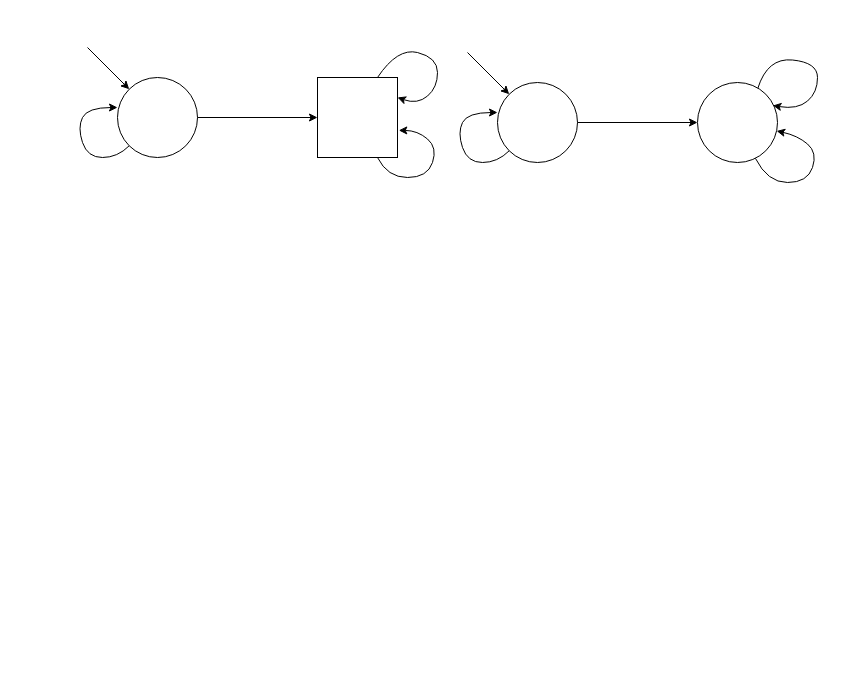
This is afterhierarchique.drawio from jpgros/site-web, a draw.io file, before an edit. Source tidied: cells renumbered, new cells numbered last; positions are measured from the earlier drawing's top-left corner, leaving out a move shared by most shapes. Both pictures are drawn from the tidied source at 100%, with x=0, y=0 at pixel (77, 47).
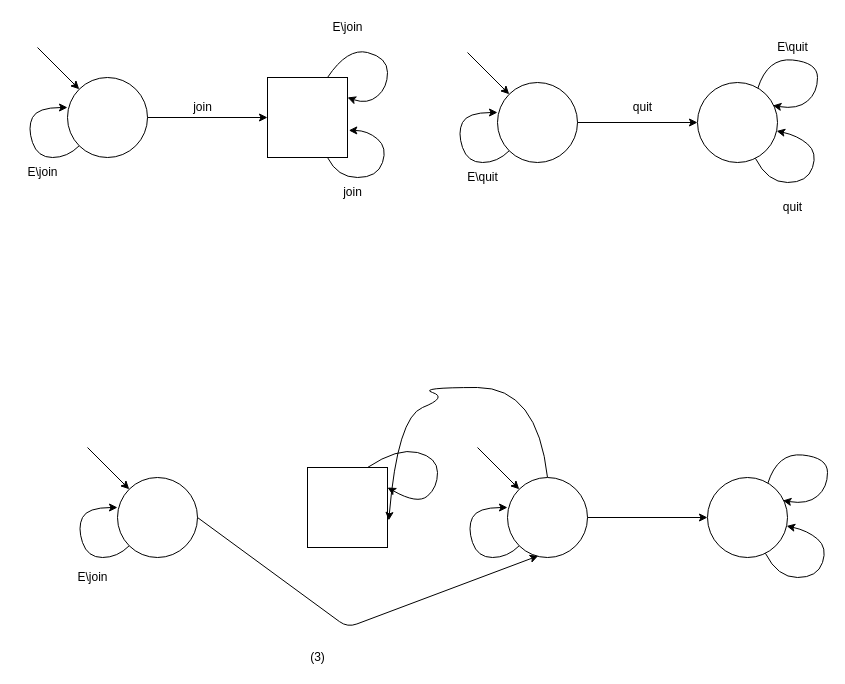
The same page after the edit.

The edit, as a diff of the source:
```diff
@@
     <mxCell id="2" style="curved=1;endArrow=classic;html=1;entryX=0;entryY=0.375;entryDx=0;entryDy=0;exitX=0;exitY=1;exitDx=0;exitDy=0;entryPerimeter=0;" parent="1" edge="1" source="3" target="3">
       <mxGeometry relative="1" as="geometry">
         <Array as="points">
-          <mxPoint x="40" y="110" />
-          <mxPoint x="10" y="110" />
-          <mxPoint y="80" />
-          <mxPoint x="10" y="60" />
+          <mxPoint x="-10" y="110" />
+          <mxPoint x="-40" y="110" />
+          <mxPoint x="-50" y="80" />
+          <mxPoint x="-40" y="60" />
         </Array>
       </mxGeometry>
     </mxCell>
     <mxCell id="3" style="ellipse;whiteSpace=wrap;html=1;" parent="1" vertex="1">
-      <mxGeometry x="40" y="30" width="80" height="80" as="geometry" />
+      <mxGeometry x="-10" y="30" width="80" height="80" as="geometry" />
     </mxCell>
     <mxCell id="4" style="endArrow=classic;html=1;entryX=0;entryY=0;entryDx=0;entryDy=0;" parent="1" edge="1" target="3">
       <mxGeometry relative="1" as="geometry">
-        <mxPoint x="10" as="sourcePoint" />
+        <mxPoint x="-40" as="sourcePoint" />
       </mxGeometry>
     </mxCell>
     <mxCell id="5" style="whiteSpace=wrap;html=1;" parent="1" vertex="1">
-      <mxGeometry x="240" y="30" width="80" height="80" as="geometry" />
+      <mxGeometry x="190" y="30" width="80" height="80" as="geometry" />
     </mxCell>
@@
     <mxCell id="7" style="curved=1;endArrow=classic;html=1;exitX=0.75;exitY=1;exitDx=0;exitDy=0;entryX=1.016;entryY=0.661;entryDx=0;entryDy=0;entryPerimeter=0;" parent="1" edge="1" source="5" target="5">
       <mxGeometry relative="1" as="geometry">
         <Array as="points">
-          <mxPoint x="310" y="130" />
-          <mxPoint x="350" y="130" />
-          <mxPoint x="360" y="100" />
-          <mxPoint x="340" y="83" />
+          <mxPoint x="260" y="130" />
+          <mxPoint x="300" y="130" />
+          <mxPoint x="310" y="100" />
+          <mxPoint x="290" y="83" />
         </Array>
       </mxGeometry>
     </mxCell>
     <mxCell id="8" style="curved=1;endArrow=classic;html=1;exitX=0.75;exitY=0;exitDx=0;exitDy=0;entryX=1;entryY=0.25;entryDx=0;entryDy=0;" parent="1" edge="1" source="5" target="5">
       <mxGeometry relative="1" as="geometry">
         <Array as="points">
-          <mxPoint x="320" />
-          <mxPoint x="360" y="10" />
-          <mxPoint x="360" y="40" />
-          <mxPoint x="340" y="57.1" />
+          <mxPoint x="270" />
+          <mxPoint x="310" y="10" />
+          <mxPoint x="310" y="40" />
+          <mxPoint x="290" y="57.1" />
         </Array>
       </mxGeometry>
     </mxCell>
@@
+    <mxCell id="16" style="curved=1;endArrow=classic;html=1;entryX=0;entryY=0.375;entryDx=0;entryDy=0;exitX=0;exitY=1;exitDx=0;exitDy=0;entryPerimeter=0;" parent="1" edge="1" source="17" target="17">
+      <mxGeometry relative="1" as="geometry">
+        <Array as="points">
+          <mxPoint x="40" y="510" />
+          <mxPoint x="10" y="510" />
+          <mxPoint y="480" />
+          <mxPoint x="10" y="460" />
+        </Array>
+      </mxGeometry>
+    </mxCell>
+    <mxCell id="17" style="ellipse;whiteSpace=wrap;html=1;" parent="1" vertex="1">
+      <mxGeometry x="40" y="430" width="80" height="80" as="geometry" />
+    </mxCell>
+    <mxCell id="18" style="endArrow=classic;html=1;entryX=0;entryY=0;entryDx=0;entryDy=0;" parent="1" edge="1" target="17">
+      <mxGeometry relative="1" as="geometry">
+        <mxPoint x="10" y="400" as="sourcePoint" />
+      </mxGeometry>
+    </mxCell>
+    <mxCell id="19" style="whiteSpace=wrap;html=1;" parent="1" vertex="1">
+      <mxGeometry x="230" y="420" width="80" height="80" as="geometry" />
+    </mxCell>
+    <mxCell id="20" style="endArrow=classic;html=1;entryX=0.385;entryY=0.979;entryDx=0;entryDy=0;exitX=1;exitY=0.5;exitDx=0;exitDy=0;entryPerimeter=0;" parent="1" edge="1" source="17" target="24">
+      <mxGeometry relative="1" as="geometry">
+        <Array as="points">
+          <mxPoint x="270" y="580" />
+        </Array>
+      </mxGeometry>
+    </mxCell>
+    <mxCell id="21" style="curved=1;endArrow=classic;html=1;entryX=1.016;entryY=0.661;entryDx=0;entryDy=0;entryPerimeter=0;exitX=0.5;exitY=0;exitDx=0;exitDy=0;" parent="1" edge="1" source="24" target="19">
+      <mxGeometry relative="1" as="geometry">
+        <Array as="points">
+          <mxPoint x="460" y="340" />
+          <mxPoint x="340" y="340" />
+          <mxPoint x="370" y="350" />
+          <mxPoint x="320" y="370" />
+        </Array>
+      </mxGeometry>
+    </mxCell>
+    <mxCell id="22" style="curved=1;endArrow=classic;html=1;exitX=0.75;exitY=0;exitDx=0;exitDy=0;entryX=1;entryY=0.25;entryDx=0;entryDy=0;" parent="1" edge="1" source="19" target="19">
+      <mxGeometry relative="1" as="geometry">
+        <Array as="points">
+          <mxPoint x="320" y="400" />
+          <mxPoint x="360" y="410" />
+          <mxPoint x="360" y="440" />
+          <mxPoint x="340" y="457.1" />
+        </Array>
+      </mxGeometry>
+    </mxCell>
+    <mxCell id="23" style="curved=1;endArrow=classic;html=1;entryX=0;entryY=0.375;entryDx=0;entryDy=0;exitX=0;exitY=1;exitDx=0;exitDy=0;entryPerimeter=0;" parent="1" edge="1" source="24" target="24">
+      <mxGeometry relative="1" as="geometry">
+        <Array as="points">
+          <mxPoint x="430" y="510" />
+          <mxPoint x="400" y="510" />
+          <mxPoint x="390" y="480" />
+          <mxPoint x="400" y="460" />
+        </Array>
+      </mxGeometry>
+    </mxCell>
+    <mxCell id="24" style="ellipse;whiteSpace=wrap;html=1;" parent="1" vertex="1">
+      <mxGeometry x="430" y="430" width="80" height="80" as="geometry" />
+    </mxCell>
+    <mxCell id="25" style="endArrow=classic;html=1;entryX=0;entryY=0;entryDx=0;entryDy=0;" parent="1" edge="1" target="24">
+      <mxGeometry relative="1" as="geometry">
+        <mxPoint x="400" y="400" as="sourcePoint" />
+      </mxGeometry>
+    </mxCell>
+    <mxCell id="26" style="endArrow=classic;html=1;entryX=0;entryY=0.5;entryDx=0;entryDy=0;exitX=1;exitY=0.5;exitDx=0;exitDy=0;" parent="1" edge="1" source="24">
+      <mxGeometry relative="1" as="geometry">
+        <mxPoint x="630" y="470" as="targetPoint" />
+      </mxGeometry>
+    </mxCell>
+    <mxCell id="27" style="curved=1;endArrow=classic;html=1;" parent="1" edge="1" source="29" target="29">
+      <mxGeometry relative="1" as="geometry">
+        <Array as="points">
+          <mxPoint x="700" y="530" />
+          <mxPoint x="740" y="530" />
+          <mxPoint x="750" y="500" />
+          <mxPoint x="730" y="483" />
+        </Array>
+      </mxGeometry>
+    </mxCell>
+    <mxCell id="28" style="curved=1;endArrow=classic;html=1;exitX=0.754;exitY=0.073;exitDx=0;exitDy=0;entryX=0.942;entryY=0.288;entryDx=0;entryDy=0;entryPerimeter=0;exitPerimeter=0;" parent="1" edge="1" source="29" target="29">
+      <mxGeometry relative="1" as="geometry">
+        <Array as="points">
+          <mxPoint x="700" y="405" />
+          <mxPoint x="750" y="410" />
+          <mxPoint x="750" y="440" />
+          <mxPoint x="730" y="457.1" />
+        </Array>
+      </mxGeometry>
+    </mxCell>
+    <mxCell id="29" style="ellipse;whiteSpace=wrap;html=1;" parent="1" vertex="1">
+      <mxGeometry x="630" y="430" width="80" height="80" as="geometry" />
+    </mxCell>
+    <mxCell id="30" value="(3)" style="text;html=1;align=center;verticalAlign=middle;" parent="1" vertex="1">
+      <mxGeometry x="225" y="600" width="30" height="20" as="geometry" />
+    </mxCell>
+    <mxCell id="31" value="E\join" style="text;html=1;align=center;verticalAlign=middle;" parent="1" vertex="1">
+      <mxGeometry x="-60" y="115" width="50" height="20" as="geometry" />
+    </mxCell>
+    <mxCell id="32" value="E\join" style="text;html=1;align=center;verticalAlign=middle;" parent="1" vertex="1">
+      <mxGeometry x="245" y="-30" width="50" height="20" as="geometry" />
+    </mxCell>
+    <mxCell id="33" value="join" style="text;html=1;align=center;verticalAlign=middle;" parent="1" vertex="1">
+      <mxGeometry x="260" y="135" width="30" height="20" as="geometry" />
+    </mxCell>
+    <mxCell id="34" value="E\join" style="text;html=1;align=center;verticalAlign=middle;" parent="1" vertex="1">
+      <mxGeometry x="-10" y="520" width="50" height="20" as="geometry" />
+    </mxCell>
+    <mxCell id="35" value="join" style="text;html=1;align=center;verticalAlign=middle;" parent="1" vertex="1">
+      <mxGeometry x="110" y="50" width="30" height="20" as="geometry" />
+    </mxCell>
+    <mxCell id="36" value="E\quit" style="text;html=1;align=center;verticalAlign=middle;" parent="1" vertex="1">
+      <mxGeometry x="380" y="120" width="50" height="20" as="geometry" />
+    </mxCell>
+    <mxCell id="37" value="quit" style="text;html=1;align=center;verticalAlign=middle;" parent="1" vertex="1">
+      <mxGeometry x="550" y="50" width="30" height="20" as="geometry" />
+    </mxCell>
+    <mxCell id="38" value="quit" style="text;html=1;align=center;verticalAlign=middle;" parent="1" vertex="1">
+      <mxGeometry x="700" y="150" width="30" height="20" as="geometry" />
+    </mxCell>
+    <mxCell id="39" value="E\quit" style="text;html=1;align=center;verticalAlign=middle;" parent="1" vertex="1">
+      <mxGeometry x="690" y="-10" width="50" height="20" as="geometry" />
+    </mxCell>
```
